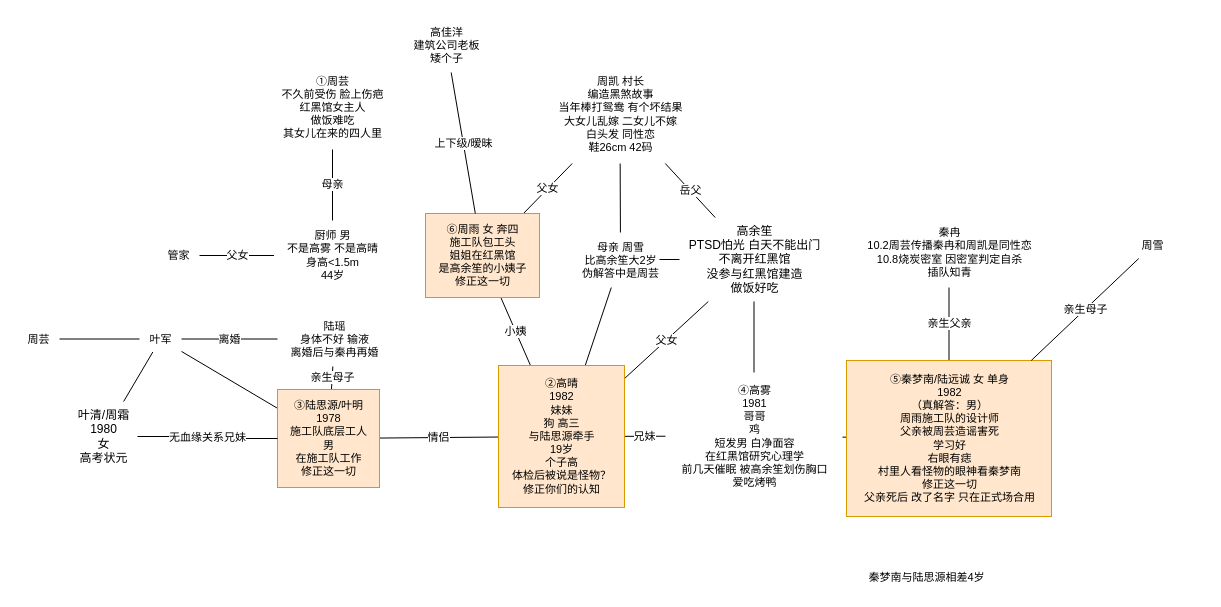
The draw.io diagram page "红黑馆" (14 of 16) of 剧本杀人物关系【总图】.drawio in luboq/draw.io, before the edit. Source tidied: cells renumbered, new cells numbered last; positions are measured from the earlier drawing's top-left corner, leaving out a move shared by most shapes. Both pictures are drawn from the tidied source at 100%, with x=0, y=0 at pixel (17, 17).
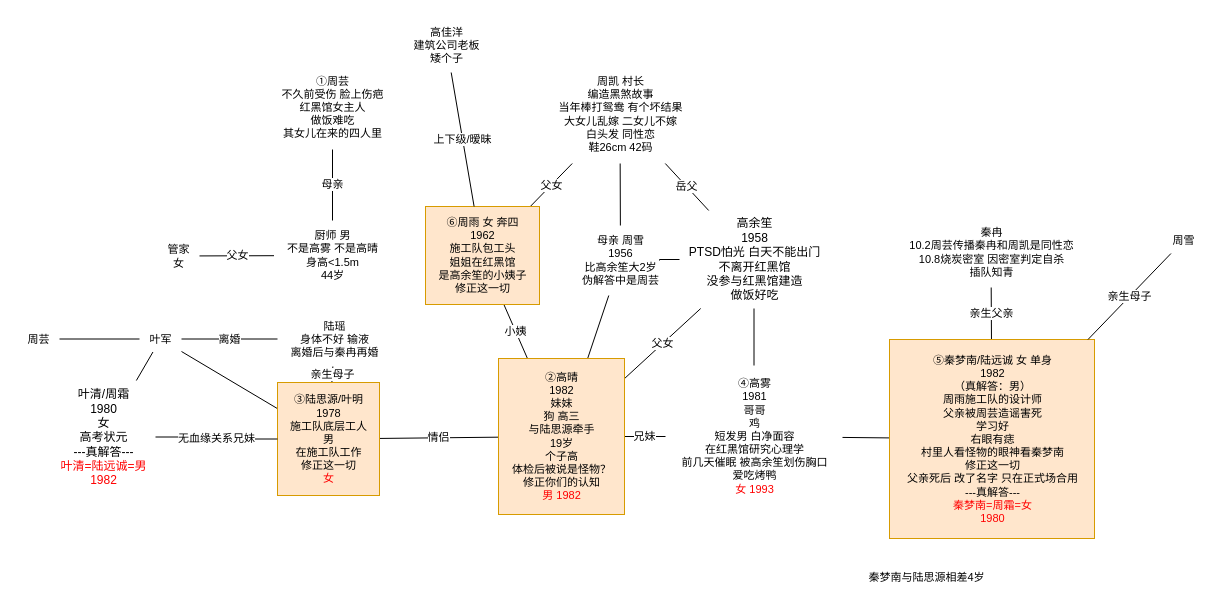
The same diagram, later.

Commit message:
更新剧本杀人物关系【总图】.drawio

The edit, as a diff of the source:
```diff
@@
-    <mxCell id="6" value="高余笙&lt;br&gt;&lt;div&gt;PTSD怕光 白天不能出门&lt;/div&gt;&lt;div&gt;不离开红黑馆&lt;/div&gt;&lt;div&gt;没参与红黑馆建造&lt;/div&gt;&lt;div&gt;做饭好吃&lt;/div&gt;" style="text;html=1;align=center;verticalAlign=middle;points=[];strokeColor=none;fillColor=none;" parent="1" vertex="1">
-      <mxGeometry x="662" y="200" width="149" height="84" as="geometry" />
+    <mxCell id="6" value="高余笙&lt;br&gt;1958&lt;br&gt;&lt;div&gt;PTSD怕光 白天不能出门&lt;/div&gt;&lt;div&gt;不离开红黑馆&lt;/div&gt;&lt;div&gt;没参与红黑馆建造&lt;/div&gt;&lt;div&gt;做饭好吃&lt;/div&gt;" style="text;html=1;align=center;verticalAlign=middle;points=[];strokeColor=none;fillColor=none;" parent="1" vertex="1">
+      <mxGeometry x="662" y="193" width="149" height="98" as="geometry" />
     </mxCell>
@@
-    <mxCell id="11" value="②高晴&lt;br&gt;1982&lt;br&gt;妹妹&lt;br&gt;&lt;div&gt;狗 高三&lt;/div&gt;&lt;div&gt;与陆思源牵手&lt;/div&gt;&lt;div&gt;19岁&lt;/div&gt;&lt;div&gt;个子高&lt;/div&gt;&lt;div&gt;体检后被说是怪物？&lt;/div&gt;&lt;div&gt;修正你们的认知&lt;/div&gt;" style="text;html=1;align=center;verticalAlign=middle;points=[];strokeColor=#d79b00;fillColor=#ffe6cc;fontSize=11;fontFamily=Helvetica;" parent="1" vertex="1">
-      <mxGeometry x="481" y="348" width="126" height="142" as="geometry" />
+    <mxCell id="11" value="②高晴&lt;br&gt;1982&lt;br&gt;妹妹&lt;br&gt;&lt;div&gt;狗 高三&lt;/div&gt;&lt;div&gt;与陆思源牵手&lt;/div&gt;&lt;div&gt;19岁&lt;/div&gt;&lt;div&gt;个子高&lt;/div&gt;&lt;div&gt;体检后被说是怪物？&lt;/div&gt;&lt;div&gt;修正你们的认知&lt;/div&gt;&lt;div&gt;&lt;font color=&quot;#ff0000&quot;&gt;男 1982&lt;/font&gt;&lt;/div&gt;" style="text;html=1;align=center;verticalAlign=middle;points=[];strokeColor=#d79b00;fillColor=#ffe6cc;fontSize=11;fontFamily=Helvetica;" parent="1" vertex="1">
+      <mxGeometry x="481" y="341" width="126" height="156" as="geometry" />
     </mxCell>
@@
-    <mxCell id="13" value="母亲 周雪&lt;br&gt;比高余笙大2岁&lt;br&gt;伪解答中是周芸" style="text;html=1;align=center;verticalAlign=middle;points=[];strokeColor=none;fillColor=none;fontSize=11;fontFamily=Helvetica;fontColor=default;" parent="1" vertex="1">
-      <mxGeometry x="552" y="215" width="102" height="55" as="geometry" />
+    <mxCell id="13" value="母亲 周雪&lt;br&gt;1956&lt;br&gt;比高余笙大2岁&lt;br&gt;伪解答中是周芸" style="text;html=1;align=center;verticalAlign=middle;points=[];strokeColor=none;fillColor=none;fontSize=11;fontFamily=Helvetica;fontColor=default;" parent="1" vertex="1">
+      <mxGeometry x="552" y="208" width="102" height="70" as="geometry" />
     </mxCell>
@@
-    <mxCell id="16" value="④高雾&lt;br&gt;1981&lt;br&gt;哥哥&lt;br&gt;鸡&lt;br&gt;短发男 白净面容&lt;br&gt;在红黑馆研究心理学&lt;br&gt;前几天催眠 被高余笙划伤胸口&lt;br&gt;爱吃烤鸭" style="text;html=1;align=center;verticalAlign=middle;points=[];strokeColor=none;fillColor=none;fontSize=11;fontFamily=Helvetica;fontColor=default;" parent="1" vertex="1">
-      <mxGeometry x="648" y="355" width="177" height="127" as="geometry" />
+    <mxCell id="16" value="④高雾&lt;br&gt;1981&lt;br&gt;哥哥&lt;br&gt;鸡&lt;br&gt;短发男 白净面容&lt;br&gt;在红黑馆研究心理学&lt;br&gt;前几天催眠 被高余笙划伤胸口&lt;br&gt;爱吃烤鸭&lt;br&gt;&lt;font color=&quot;#ff0000&quot;&gt;女 1993&lt;/font&gt;" style="text;html=1;align=center;verticalAlign=middle;points=[];strokeColor=none;fillColor=none;fontSize=11;fontFamily=Helvetica;fontColor=default;" parent="1" vertex="1">
+      <mxGeometry x="648" y="348" width="177" height="142" as="geometry" />
     </mxCell>
@@
-    <mxCell id="19" value="③陆思源/叶明&lt;br&gt;1978&lt;br&gt;施工队底层工人&lt;br&gt;男&lt;br&gt;在施工队工作&lt;br&gt;修正这一切" style="text;html=1;align=center;verticalAlign=middle;points=[];strokeColor=#d79b00;fillColor=#ffe6cc;fontSize=11;fontFamily=Helvetica;" parent="1" vertex="1">
-      <mxGeometry x="260" y="372" width="102" height="98" as="geometry" />
+    <mxCell id="19" value="③陆思源/叶明&lt;br&gt;1978&lt;br&gt;施工队底层工人&lt;br&gt;男&lt;br&gt;在施工队工作&lt;br&gt;修正这一切&lt;br&gt;&lt;font color=&quot;#ff0000&quot;&gt;女&lt;/font&gt;" style="text;html=1;align=center;verticalAlign=middle;points=[];strokeColor=#d79b00;fillColor=#ffe6cc;fontSize=11;fontFamily=Helvetica;" parent="1" vertex="1">
+      <mxGeometry x="260" y="365" width="102" height="113" as="geometry" />
     </mxCell>
@@
-    <mxCell id="21" value="⑤秦梦南/陆远诚 女 单身&lt;br&gt;1982&lt;br&gt;（真解答：男）&lt;br&gt;&lt;div&gt;周雨施工队的设计师&lt;/div&gt;&lt;div&gt;父亲被周芸造谣害死&lt;/div&gt;&lt;div&gt;学习好&lt;/div&gt;&lt;div&gt;右眼有痣&lt;/div&gt;&lt;div&gt;村里人看怪物的眼神看秦梦南&lt;/div&gt;&lt;div&gt;修正这一切&lt;/div&gt;&lt;div&gt;父亲死后 改了名字 只在正式场合用&lt;/div&gt;" style="text;html=1;align=center;verticalAlign=middle;points=[];strokeColor=#d79b00;fillColor=#ffe6cc;fontSize=11;fontFamily=Helvetica;" parent="1" vertex="1">
-      <mxGeometry x="829" y="343" width="205" height="156" as="geometry" />
+    <mxCell id="21" value="⑤秦梦南/陆远诚 女 单身&lt;br&gt;1982&lt;br&gt;（真解答：男）&lt;br&gt;&lt;div&gt;周雨施工队的设计师&lt;/div&gt;&lt;div&gt;父亲被周芸造谣害死&lt;/div&gt;&lt;div&gt;学习好&lt;/div&gt;&lt;div&gt;右眼有痣&lt;/div&gt;&lt;div&gt;村里人看怪物的眼神看秦梦南&lt;/div&gt;&lt;div&gt;修正这一切&lt;/div&gt;&lt;div&gt;父亲死后 改了名字 只在正式场合用&lt;/div&gt;&lt;div&gt;---真解答---&lt;br&gt;&lt;/div&gt;&lt;font color=&quot;#ff0000&quot;&gt;秦梦南=&lt;span style=&quot;background-color: initial;&quot;&gt;周霜=女&lt;br&gt;1980&lt;br&gt;&lt;/span&gt;&lt;/font&gt;" style="text;html=1;align=center;verticalAlign=middle;points=[];strokeColor=#d79b00;fillColor=#ffe6cc;fontSize=11;fontFamily=Helvetica;" parent="1" vertex="1">
+      <mxGeometry x="872" y="322" width="205" height="199" as="geometry" />
     </mxCell>
     <mxCell id="22" value="秦冉&lt;br&gt;10.2周芸传播秦冉和周凯是同性恋&lt;br&gt;10.8烧炭密室 因密室判定自杀&lt;br&gt;插队知青" style="text;html=1;align=center;verticalAlign=middle;points=[];strokeColor=none;fillColor=none;fontSize=11;fontFamily=Helvetica;fontColor=default;" parent="1" vertex="1">
-      <mxGeometry x="833" y="200" width="197" height="70" as="geometry" />
+      <mxGeometry x="875" y="200" width="197" height="70" as="geometry" />
     </mxCell>
@@
-    <mxCell id="26" value="管家" style="text;html=1;align=center;verticalAlign=middle;points=[];strokeColor=none;fillColor=none;fontSize=11;fontFamily=Helvetica;fontColor=default;" parent="1" vertex="1">
-      <mxGeometry x="140" y="225" width="42" height="26" as="geometry" />
+    <mxCell id="26" value="管家&lt;br&gt;女" style="text;html=1;align=center;verticalAlign=middle;points=[];strokeColor=none;fillColor=none;fontSize=11;fontFamily=Helvetica;fontColor=default;" parent="1" vertex="1">
+      <mxGeometry x="140" y="218" width="42" height="41" as="geometry" />
     </mxCell>
@@
-    <mxCell id="28" value="⑥周雨 女 奔四&lt;br&gt;施工队包工头&lt;br&gt;姐姐在红黑馆&lt;br&gt;是高余笙的小姨子&lt;br&gt;修正这一切" style="text;html=1;align=center;verticalAlign=middle;points=[];strokeColor=#d79b00;fillColor=#ffe6cc;fontSize=11;fontFamily=Helvetica;" parent="1" vertex="1">
-      <mxGeometry x="408" y="196" width="114" height="84" as="geometry" />
+    <mxCell id="28" value="⑥周雨 女 奔四&lt;br&gt;1962&lt;br&gt;施工队包工头&lt;br&gt;姐姐在红黑馆&lt;br&gt;是高余笙的小姨子&lt;br&gt;修正这一切" style="text;html=1;align=center;verticalAlign=middle;points=[];strokeColor=#d79b00;fillColor=#ffe6cc;fontSize=11;fontFamily=Helvetica;" parent="1" vertex="1">
+      <mxGeometry x="408" y="189" width="114" height="98" as="geometry" />
     </mxCell>
@@
-    <mxCell id="36" value="叶清/周霜&lt;br&gt;1980&lt;br&gt;女&lt;br&gt;高考状元" style="text;html=1;align=center;verticalAlign=middle;points=[];strokeColor=none;fillColor=none;" parent="1" vertex="1">
-      <mxGeometry x="51" y="384" width="69" height="70" as="geometry" />
+    <mxCell id="36" value="叶清/周霜&lt;br&gt;1980&lt;br&gt;女&lt;br&gt;高考状元&lt;br&gt;---真解答---&lt;br&gt;&lt;font color=&quot;#ff0000&quot;&gt;叶清=陆远诚=男&lt;br&gt;1982&lt;br&gt;&lt;/font&gt;" style="text;html=1;align=center;verticalAlign=middle;points=[];strokeColor=none;fillColor=none;" parent="1" vertex="1">
+      <mxGeometry x="34" y="363" width="104" height="113" as="geometry" />
     </mxCell>
@@
     <mxCell id="39" value="周雪" style="text;html=1;align=center;verticalAlign=middle;points=[];strokeColor=none;fillColor=none;fontSize=11;fontFamily=Helvetica;fontColor=default;" parent="1" vertex="1">
-      <mxGeometry x="1114" y="215" width="42" height="26" as="geometry" />
+      <mxGeometry x="1145" y="210" width="42" height="26" as="geometry" />
     </mxCell>
```
